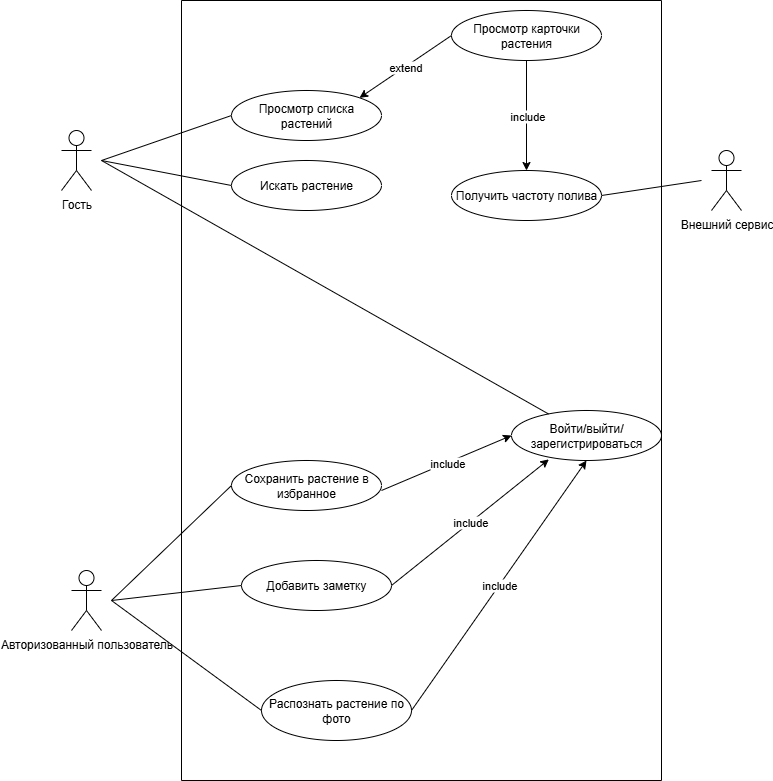
Earlier version of the draw.io export Практическая работа 1/use-case диаграмма.drawio.png (annakirichenko575/MobileDevelopment). Source tidied: cells renumbered, new cells last; positions are measured from the earlier drawing's top-left corner, leaving out a move shared by most shapes.
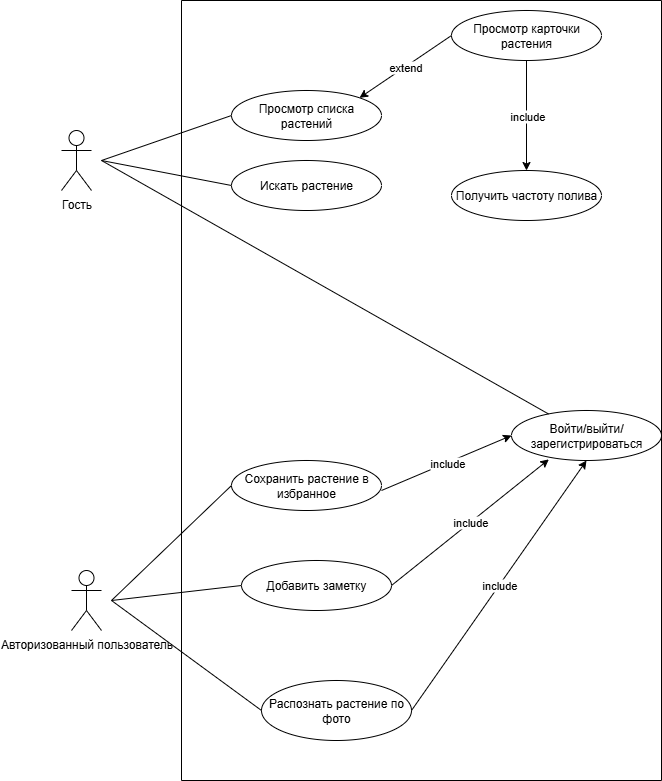
Above is the later version.

Commit message:
Обновлены MainActivity, layout и диаграмма use-case

Change to the diagram source:
```diff
@@ -85,9 +85,6 @@
         <mxPoint x="40" y="160" as="sourcePoint" />
       </mxGeometry>
     </mxCell>
-    <mxCell id="25" value="Внешний сервис" style="shape=umlActor;verticalLabelPosition=bottom;verticalAlign=top;html=1;" parent="1" vertex="1">
-      <mxGeometry x="650" y="150" width="30" height="60" as="geometry" />
-    </mxCell>
     <mxCell id="26" value="Получить частоту полива" style="ellipse;whiteSpace=wrap;html=1;" parent="1" vertex="1">
       <mxGeometry x="390" y="170" width="150" height="50" as="geometry" />
     </mxCell>
@@ -97,11 +94,6 @@
     <mxCell id="28" value="include" style="edgeLabel;html=1;align=center;verticalAlign=middle;" parent="27" vertex="1">
       <mxGeometry relative="1" as="geometry" />
     </mxCell>
-    <mxCell id="29" style="endArrow=none;html=1;rounded=0;exitX=1;exitY=0.5;exitDx=0;exitDy=0;" parent="1" edge="1" source="26">
-      <mxGeometry relative="1" as="geometry">
-        <mxPoint x="640" y="180" as="targetPoint" />
-      </mxGeometry>
-    </mxCell>
     <mxCell id="30" style="swimlane;startSize=0;" parent="1" vertex="1">
       <mxGeometry x="120" width="480" height="780" as="geometry" />
     </mxCell>
```
